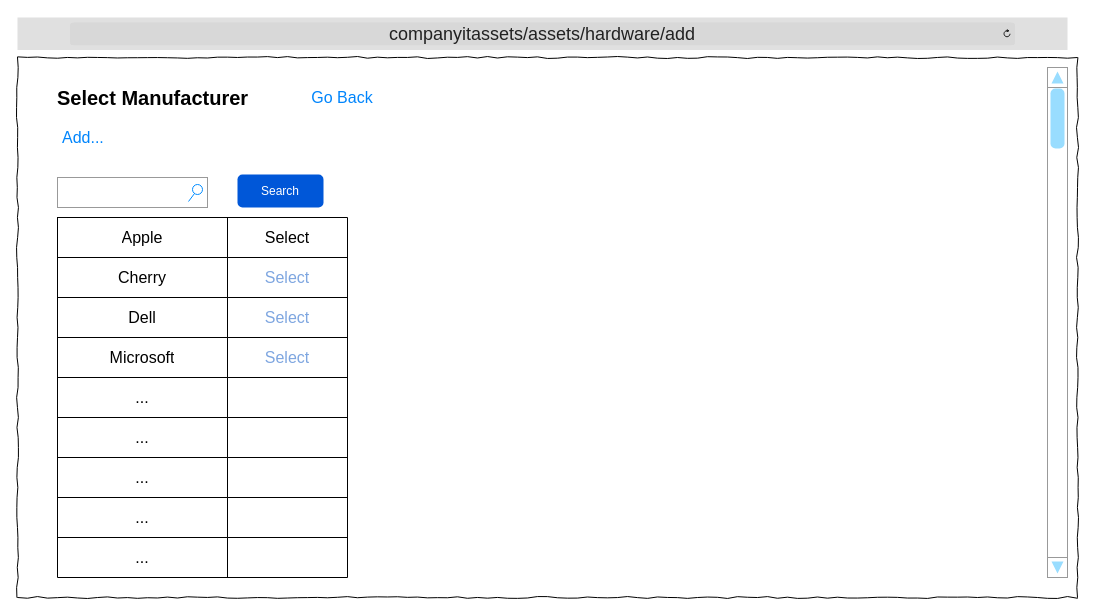
Earlier version of the draw.io diagram Wireframes/ITAT_HWAssets_Add_SelectManuf.drawio (TRed91/ITAssetTracking). Source tidied: cells renumbered, new cells numbered last; positions are measured from the earlier drawing's top-left corner, leaving out a move shared by most shapes. Both pictures are drawn from the tidied source at 100%, with x=0, y=0 at pixel (17, 17).
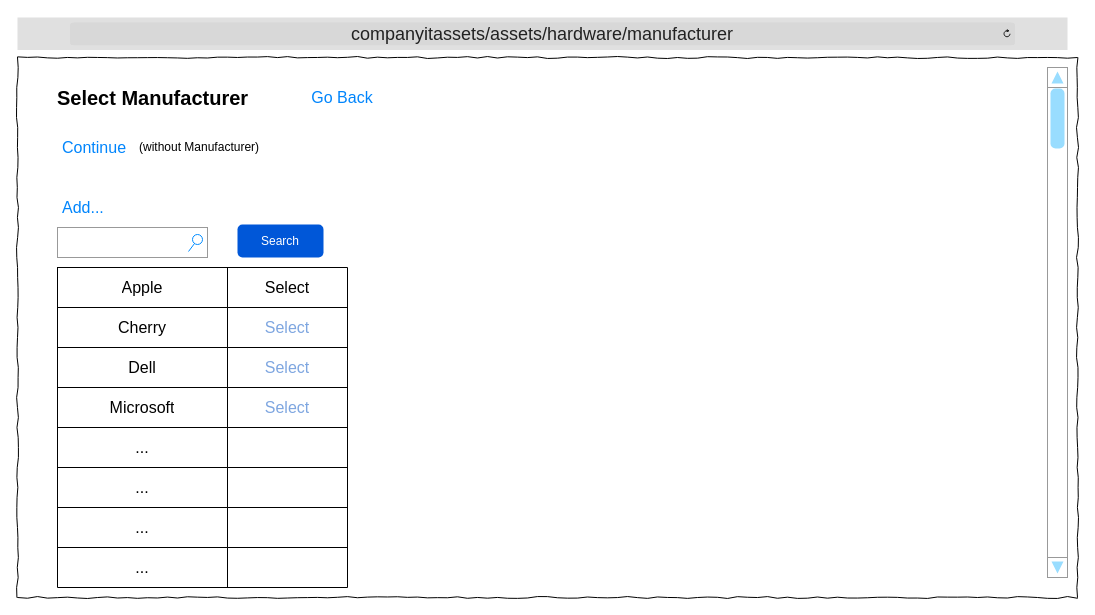
The same diagram, later.

The edit, as a diff of the source:
```diff
@@
-    <mxCell id="3" value="&lt;font style=&quot;font-size: 18px;&quot;&gt;companyitassets/assets/hardware/add&lt;/font&gt;" style="html=1;strokeWidth=1;shadow=0;dashed=0;shape=mxgraph.ios7ui.url;fillColor=#e0e0e0;strokeColor=#c0c0c0;buttonText=;strokeColor2=#222222;fontColor=#222222;fontSize=8;spacingTop=2;align=center;whiteSpace=wrap;" parent="1" vertex="1">
+    <mxCell id="3" value="&lt;font style=&quot;font-size: 18px;&quot;&gt;companyitassets/assets/hardware/manufacturer&lt;/font&gt;" style="html=1;strokeWidth=1;shadow=0;dashed=0;shape=mxgraph.ios7ui.url;fillColor=#e0e0e0;strokeColor=#c0c0c0;buttonText=;strokeColor2=#222222;fontColor=#222222;fontSize=8;spacingTop=2;align=center;whiteSpace=wrap;" parent="1" vertex="1">
       <mxGeometry width="1050" height="32.5" as="geometry" />
     </mxCell>
@@
     <mxCell id="6" style="shape=table;startSize=0;childLayout=tableLayout;fontSize=16;" parent="1" vertex="1">
-      <mxGeometry x="40" y="200" width="290" height="360" as="geometry" />
+      <mxGeometry x="40" y="250" width="290" height="320" as="geometry" />
     </mxCell>
@@
-    <mxCell id="31" style="shape=tableRow;horizontal=0;startSize=0;swimlaneHead=0;swimlaneBody=0;strokeColor=inherit;top=0;left=0;bottom=0;right=0;fillColor=none;fontSize=16;" parent="6" vertex="1">
-      <mxGeometry y="320" width="290" height="40" as="geometry" />
-    </mxCell>
-    <mxCell id="32" value="..." style="shape=partialRectangle;html=1;whiteSpace=wrap;strokeColor=inherit;overflow=hidden;fillColor=none;top=0;left=0;bottom=0;right=0;fontSize=16;" parent="31" vertex="1">
-      <mxGeometry width="170" height="40" as="geometry" />
-    </mxCell>
-    <mxCell id="33" style="shape=partialRectangle;html=1;whiteSpace=wrap;strokeColor=inherit;overflow=hidden;fillColor=none;top=0;left=0;bottom=0;right=0;fontSize=16;" parent="31" vertex="1">
-      <mxGeometry x="170" width="120" height="40" as="geometry" />
-    </mxCell>
     <mxCell id="34" value="Add..." style="html=1;shadow=0;dashed=0;shape=mxgraph.bootstrap.rrect;rSize=5;strokeColor=none;strokeWidth=1;fillColor=none;fontColor=#0085FC;whiteSpace=wrap;align=left;verticalAlign=middle;spacingLeft=0;fontStyle=0;fontSize=16;spacing=5;" parent="1" vertex="1">
-      <mxGeometry x="40" y="100" width="90" height="40" as="geometry" />
+      <mxGeometry x="40" y="170" width="90" height="40" as="geometry" />
     </mxCell>
     <mxCell id="35" style="strokeWidth=1;shadow=0;dashed=0;align=center;html=1;shape=mxgraph.mockup.forms.searchBox;strokeColor=#999999;mainText=;strokeColor2=#008cff;fontColor=#666666;fontSize=17;align=left;spacingLeft=3;whiteSpace=wrap;" parent="1" vertex="1">
-      <mxGeometry x="40" y="160" width="150" height="30" as="geometry" />
+      <mxGeometry x="40" y="210" width="150" height="30" as="geometry" />
     </mxCell>
@@
     <mxCell id="37" value="Search" style="rounded=1;fillColor=#0057D8;strokeColor=none;html=1;whiteSpace=wrap;fontColor=#ffffff;align=center;verticalAlign=middle;fontStyle=0;fontSize=12;sketch=0;" parent="1" vertex="1">
-      <mxGeometry x="220" y="157" width="86" height="33" as="geometry" />
+      <mxGeometry x="220" y="207" width="86" height="33" as="geometry" />
     </mxCell>
+    <mxCell id="38" value="Continue" style="html=1;shadow=0;dashed=0;shape=mxgraph.bootstrap.rrect;rSize=5;strokeColor=none;strokeWidth=1;fillColor=none;fontColor=#0085FC;whiteSpace=wrap;align=left;verticalAlign=middle;spacingLeft=0;fontStyle=0;fontSize=16;spacing=5;" parent="1" vertex="1">
+      <mxGeometry x="40" y="110" width="80" height="40" as="geometry" />
+    </mxCell>
+    <mxCell id="39" value="(without Manufacturer)" style="text;html=1;align=left;verticalAlign=middle;whiteSpace=wrap;rounded=0;" parent="1" vertex="1">
+      <mxGeometry x="120" y="120" width="130" height="20" as="geometry" />
+    </mxCell>
```
